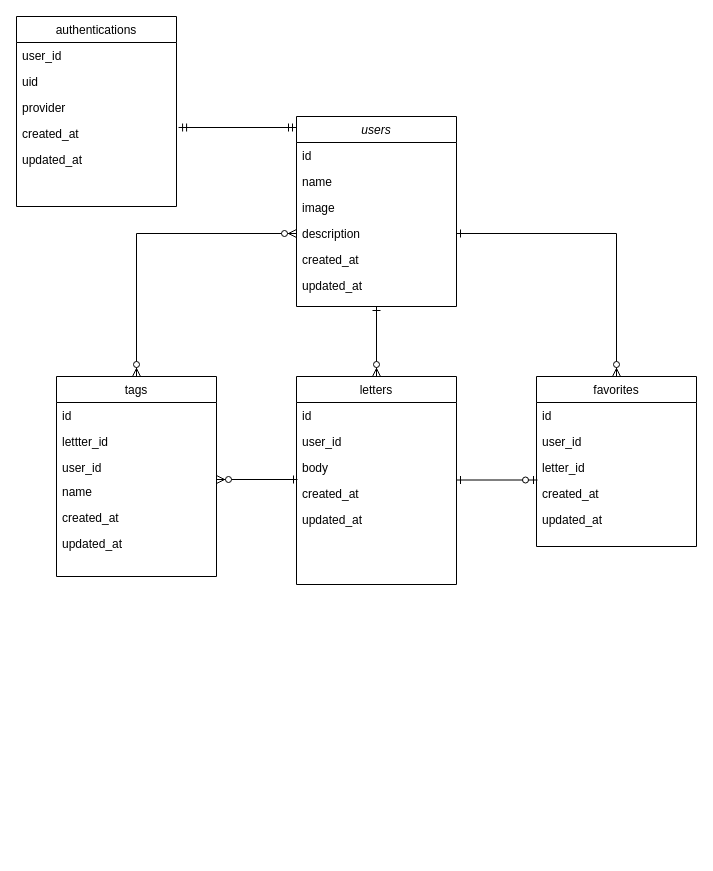
yanokohei/goenbako keeps this draw.io diagram as Untitled Diagram.drawio. Above is the earlier version. Source tidied: cells renumbered, new cells numbered last; positions are measured from the earlier drawing's top-left corner, leaving out a move shared by most shapes. Both pictures are drawn from the tidied source at 100%, with x=0, y=0 at pixel (16, 16).
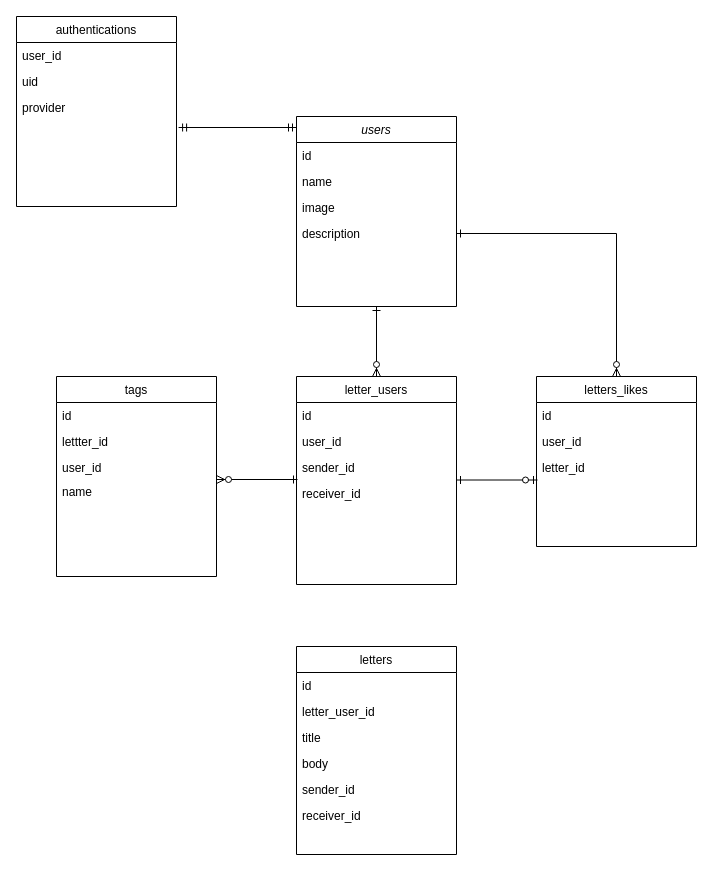
Above is the later version.

Unchanged cells that the change refers to:
```xml
<mxCell id="3" value="users" style="swimlane;fontStyle=2;align=center;verticalAlign=top;horizontal=1;startSize=26;rounded=0;shadow=0;strokeWidth=1;" parent="1" vertex="1">
  <mxGeometry x="280" y="100" width="160" height="190" as="geometry" />
</mxCell>
<mxCell id="10" value="authentications" style="swimlane;fontStyle=0;align=center;verticalAlign=top;horizontal=1;startSize=26;rounded=0;shadow=0;strokeWidth=1;" parent="1" vertex="1">
  <mxGeometry width="160" height="190" as="geometry" />
</mxCell>
<mxCell id="23" value="tags" style="swimlane;fontStyle=0;align=center;verticalAlign=top;horizontal=1;startSize=26;rounded=0;shadow=0;strokeWidth=1;" parent="1" vertex="1">
  <mxGeometry x="40" y="360" width="160" height="200" as="geometry" />
</mxCell>
```

The edit, as a diff of the source:
```diff
@@
-    <mxCell id="2" style="edgeStyle=none;rounded=0;jettySize=auto;html=1;exitX=0.5;exitY=1;exitDx=0;exitDy=0;entryX=0.5;entryY=0;entryDx=0;entryDy=0;startArrow=ERone;startFill=0;endArrow=ERzeroToMany;endFill=1;" parent="1" edge="1" source="3" target="16">
-      <mxGeometry relative="1" as="geometry" />
+    <mxCell id="2" style="edgeStyle=none;rounded=0;jettySize=auto;html=1;exitX=0.5;exitY=1;exitDx=0;exitDy=0;startArrow=ERone;startFill=0;endArrow=ERzeroToMany;endFill=1;" parent="1" edge="1" source="3">
+      <mxGeometry relative="1" as="geometry">
+        <mxPoint x="360" y="360" as="targetPoint" />
+      </mxGeometry>
     </mxCell>
@@
-    <mxCell id="8" value="created_at" style="text;align=left;verticalAlign=top;spacingLeft=4;spacingRight=4;overflow=hidden;rounded=0;shadow=0;html=0;" parent="3" vertex="1">
-      <mxGeometry y="130" width="160" height="26" as="geometry" />
-    </mxCell>
-    <mxCell id="9" value="updated_at" style="text;align=left;verticalAlign=top;spacingLeft=4;spacingRight=4;overflow=hidden;rounded=0;shadow=0;html=0;" parent="3" vertex="1">
-      <mxGeometry y="156" width="160" height="26" as="geometry" />
-    </mxCell>
@@
-    <mxCell id="14" value="created_at" style="text;align=left;verticalAlign=top;spacingLeft=4;spacingRight=4;overflow=hidden;points=[[0,0.5],[1,0.5]];portConstraint=eastwest;rounded=0;shadow=0;html=0;" parent="10" vertex="1">
-      <mxGeometry y="104" width="160" height="26" as="geometry" />
-    </mxCell>
-    <mxCell id="15" value="updated_at" style="text;align=left;verticalAlign=top;spacingLeft=4;spacingRight=4;overflow=hidden;rounded=0;shadow=0;html=0;" parent="10" vertex="1">
-      <mxGeometry y="130" width="160" height="26" as="geometry" />
-    </mxCell>
     <mxCell id="16" value="letters" style="swimlane;fontStyle=0;align=center;verticalAlign=top;horizontal=1;startSize=26;rounded=0;shadow=0;strokeWidth=1;" parent="1" vertex="1">
-      <mxGeometry x="280" y="360" width="160" height="208" as="geometry" />
+      <mxGeometry x="280" y="630" width="160" height="208" as="geometry" />
     </mxCell>
@@
-    <mxCell id="18" value="user_id" style="text;align=left;verticalAlign=top;spacingLeft=4;spacingRight=4;overflow=hidden;rounded=0;shadow=0;html=0;" parent="16" vertex="1">
+    <mxCell id="18" value="letter_user_id" style="text;align=left;verticalAlign=top;spacingLeft=4;spacingRight=4;overflow=hidden;rounded=0;shadow=0;html=0;" parent="16" vertex="1">
       <mxGeometry y="52" width="160" height="26" as="geometry" />
     </mxCell>
+    <mxCell id="40" value="title" style="text;align=left;verticalAlign=top;spacingLeft=4;spacingRight=4;overflow=hidden;rounded=0;shadow=0;html=0;" parent="16" vertex="1">
+      <mxGeometry y="78" width="160" height="26" as="geometry" />
+    </mxCell>
     <mxCell id="19" value="body" style="text;align=left;verticalAlign=top;spacingLeft=4;spacingRight=4;overflow=hidden;rounded=0;shadow=0;html=0;" parent="16" vertex="1">
-      <mxGeometry y="78" width="160" height="26" as="geometry" />
+      <mxGeometry y="104" width="160" height="26" as="geometry" />
     </mxCell>
-    <mxCell id="20" value="created_at" style="text;align=left;verticalAlign=top;spacingLeft=4;spacingRight=4;overflow=hidden;rounded=0;shadow=0;html=0;" parent="16" vertex="1">
-      <mxGeometry y="104" width="160" height="26" as="geometry" />
-    </mxCell>
-    <mxCell id="21" value="updated_at" style="text;align=left;verticalAlign=top;spacingLeft=4;spacingRight=4;overflow=hidden;rounded=0;shadow=0;html=0;" parent="16" vertex="1">
-      <mxGeometry y="130" width="160" height="26" as="geometry" />
-    </mxCell>
-    <mxCell id="22" style="edgeStyle=none;rounded=0;jettySize=auto;html=1;exitX=0.5;exitY=0;exitDx=0;exitDy=0;startArrow=ERzeroToMany;startFill=1;endArrow=ERzeroToMany;endFill=1;" parent="1" edge="1" source="23">
-      <mxGeometry relative="1" as="geometry">
-        <mxPoint x="280" y="217" as="targetPoint" />
-        <Array as="points">
-          <mxPoint x="120" y="217" />
-        </Array>
-      </mxGeometry>
-    </mxCell>
+    <mxCell id="41" value="sender_id" style="text;align=left;verticalAlign=top;spacingLeft=4;spacingRight=4;overflow=hidden;rounded=0;shadow=0;html=0;" parent="16" vertex="1">
+      <mxGeometry y="130" width="160" height="26" as="geometry" />
+    </mxCell>
+    <mxCell id="42" value="receiver_id" style="text;align=left;verticalAlign=top;spacingLeft=4;spacingRight=4;overflow=hidden;rounded=0;shadow=0;html=0;" parent="16" vertex="1">
+      <mxGeometry y="156" width="160" height="26" as="geometry" />
+    </mxCell>
@@
-    <mxCell id="28" value="created_at" style="text;align=left;verticalAlign=top;spacingLeft=4;spacingRight=4;overflow=hidden;rounded=0;shadow=0;html=0;" parent="23" vertex="1">
-      <mxGeometry y="128" width="160" height="26" as="geometry" />
-    </mxCell>
-    <mxCell id="29" value="updated_at" style="text;align=left;verticalAlign=top;spacingLeft=4;spacingRight=4;overflow=hidden;rounded=0;shadow=0;html=0;" parent="23" vertex="1">
-      <mxGeometry y="154" width="160" height="26" as="geometry" />
-    </mxCell>
-    <mxCell id="30" value="favorites" style="swimlane;fontStyle=0;align=center;verticalAlign=top;horizontal=1;startSize=26;rounded=0;shadow=0;strokeWidth=1;" parent="1" vertex="1">
+    <mxCell id="30" value="letters_likes" style="swimlane;fontStyle=0;align=center;verticalAlign=top;horizontal=1;startSize=26;rounded=0;shadow=0;strokeWidth=1;" parent="1" vertex="1">
       <mxGeometry x="520" y="360" width="160" height="170" as="geometry" />
     </mxCell>
@@
-    <mxCell id="34" value="created_at" style="text;align=left;verticalAlign=top;spacingLeft=4;spacingRight=4;overflow=hidden;rounded=0;shadow=0;html=0;" parent="30" vertex="1">
-      <mxGeometry y="104" width="160" height="26" as="geometry" />
-    </mxCell>
-    <mxCell id="35" value="updated_at" style="text;align=left;verticalAlign=top;spacingLeft=4;spacingRight=4;overflow=hidden;rounded=0;shadow=0;html=0;" parent="30" vertex="1">
-      <mxGeometry y="130" width="160" height="26" as="geometry" />
-    </mxCell>
-    <mxCell id="36" style="edgeStyle=none;rounded=0;jettySize=auto;html=1;exitX=1.013;exitY=0.269;exitDx=0;exitDy=0;startArrow=ERmandOne;startFill=0;endArrow=ERmandOne;endFill=0;exitPerimeter=0;" parent="1" edge="1" source="14">
+    <mxCell id="36" style="edgeStyle=none;rounded=0;orthogonalLoop=1;jettySize=auto;html=1;exitX=1.013;exitY=0.269;exitDx=0;exitDy=0;startArrow=ERmandOne;startFill=0;endArrow=ERmandOne;endFill=0;exitPerimeter=0;" parent="1" edge="1">
       <mxGeometry relative="1" as="geometry">
+        <mxPoint x="162.1" y="111" as="sourcePoint" />
         <mxPoint x="280" y="111" as="targetPoint" />
         <Array as="points">
           <mxPoint x="170" y="111" />
         </Array>
       </mxGeometry>
     </mxCell>
@@
+    <mxCell id="43" value="letter_users" style="swimlane;fontStyle=0;align=center;verticalAlign=top;horizontal=1;startSize=26;rounded=0;shadow=0;strokeWidth=1;" parent="1" vertex="1">
+      <mxGeometry x="280" y="360" width="160" height="208" as="geometry" />
+    </mxCell>
+    <mxCell id="44" value="id" style="text;align=left;verticalAlign=top;spacingLeft=4;spacingRight=4;overflow=hidden;" parent="43" vertex="1">
+      <mxGeometry y="26" width="160" height="26" as="geometry" />
+    </mxCell>
+    <mxCell id="45" value="user_id" style="text;align=left;verticalAlign=top;spacingLeft=4;spacingRight=4;overflow=hidden;rounded=0;shadow=0;html=0;" parent="43" vertex="1">
+      <mxGeometry y="52" width="160" height="26" as="geometry" />
+    </mxCell>
+    <mxCell id="46" value="sender_id" style="text;align=left;verticalAlign=top;spacingLeft=4;spacingRight=4;overflow=hidden;rounded=0;shadow=0;html=0;" parent="43" vertex="1">
+      <mxGeometry y="78" width="160" height="26" as="geometry" />
+    </mxCell>
+    <mxCell id="47" value="receiver_id" style="text;align=left;verticalAlign=top;spacingLeft=4;spacingRight=4;overflow=hidden;rounded=0;shadow=0;html=0;" parent="43" vertex="1">
+      <mxGeometry y="104" width="160" height="26" as="geometry" />
+    </mxCell>
```
